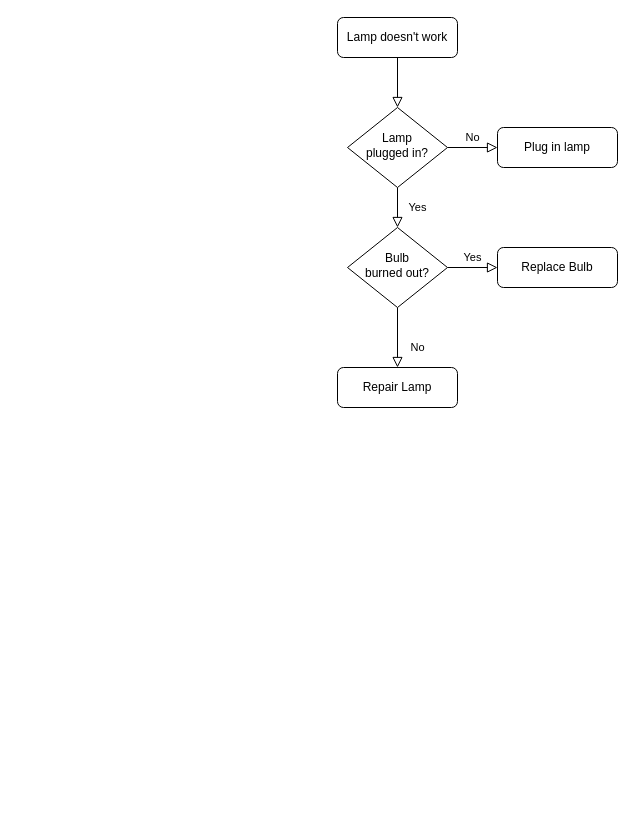
Earlier version of the draw.io diagram ceshi.drawio (SubMarineas/te_learning). Source tidied: cells renumbered, new cells numbered last; positions are measured from the earlier drawing's top-left corner, leaving out a move shared by most shapes. Both pictures are drawn from the tidied source at 100%, with x=0, y=0 at pixel (337, 17).
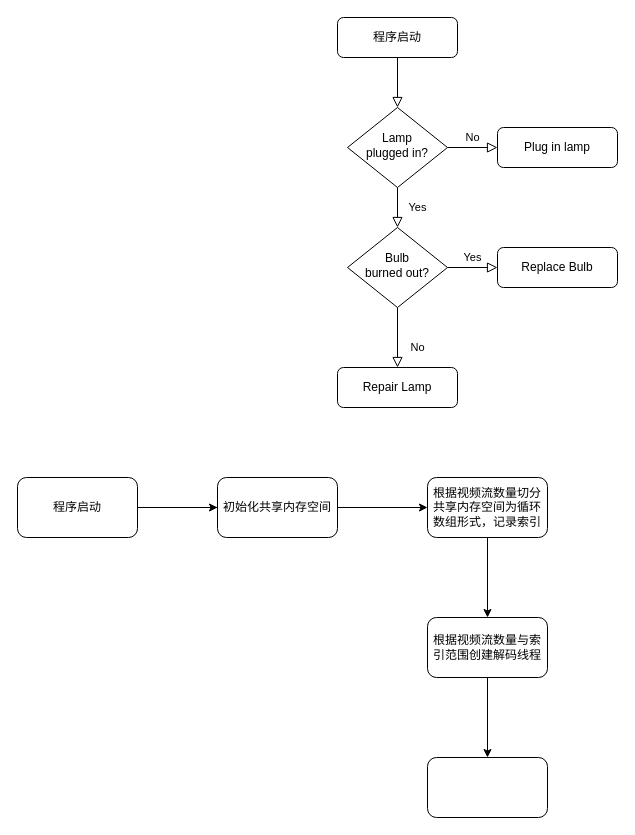
Above is the later version.

The edit, as a diff of the source:
```diff
@@
-    <mxCell id="3" value="Lamp doesn't work" style="rounded=1;whiteSpace=wrap;html=1;fontSize=12;glass=0;strokeWidth=1;shadow=0;" parent="1" vertex="1">
+    <mxCell id="3" value="程序启动" style="rounded=1;whiteSpace=wrap;html=1;fontSize=12;glass=0;strokeWidth=1;shadow=0;" parent="1" vertex="1">
       <mxGeometry width="120" height="40" as="geometry" />
     </mxCell>
@@
+    <mxCell id="13" style="edgeStyle=orthogonalEdgeStyle;rounded=0;jettySize=auto;html=1;" parent="1" edge="1" source="15" target="17">
+      <mxGeometry relative="1" as="geometry" />
+    </mxCell>
+    <mxCell id="14" style="edgeStyle=orthogonalEdgeStyle;rounded=0;jettySize=auto;html=1;" parent="1" edge="1" source="15" target="21">
+      <mxGeometry relative="1" as="geometry" />
+    </mxCell>
+    <mxCell id="15" value="程序启动" style="rounded=1;whiteSpace=wrap;html=1;" parent="1" vertex="1">
+      <mxGeometry x="-320" y="460" width="120" height="60" as="geometry" />
+    </mxCell>
+    <mxCell id="16" style="edgeStyle=orthogonalEdgeStyle;rounded=0;jettySize=auto;html=1;" parent="1" edge="1" source="17" target="19">
+      <mxGeometry relative="1" as="geometry" />
+    </mxCell>
+    <mxCell id="17" value="根据视频流数量切分共享内存空间为循环数组形式，记录索引" style="rounded=1;whiteSpace=wrap;html=1;" parent="1" vertex="1">
+      <mxGeometry x="90" y="460" width="120" height="60" as="geometry" />
+    </mxCell>
+    <mxCell id="18" style="edgeStyle=orthogonalEdgeStyle;rounded=0;jettySize=auto;html=1;" parent="1" edge="1" source="19" target="20">
+      <mxGeometry relative="1" as="geometry" />
+    </mxCell>
+    <mxCell id="19" value="根据视频流数量与索引范围创建解码线程" style="whiteSpace=wrap;html=1;rounded=1;" parent="1" vertex="1">
+      <mxGeometry x="90" y="600" width="120" height="60" as="geometry" />
+    </mxCell>
+    <mxCell id="20" style="rounded=1;whiteSpace=wrap;html=1;" parent="1" vertex="1">
+      <mxGeometry x="90" y="740" width="120" height="60" as="geometry" />
+    </mxCell>
+    <mxCell id="21" value="初始化共享内存空间" style="whiteSpace=wrap;html=1;rounded=1;" parent="1" vertex="1">
+      <mxGeometry x="-120" y="460" width="120" height="60" as="geometry" />
+    </mxCell>
```
